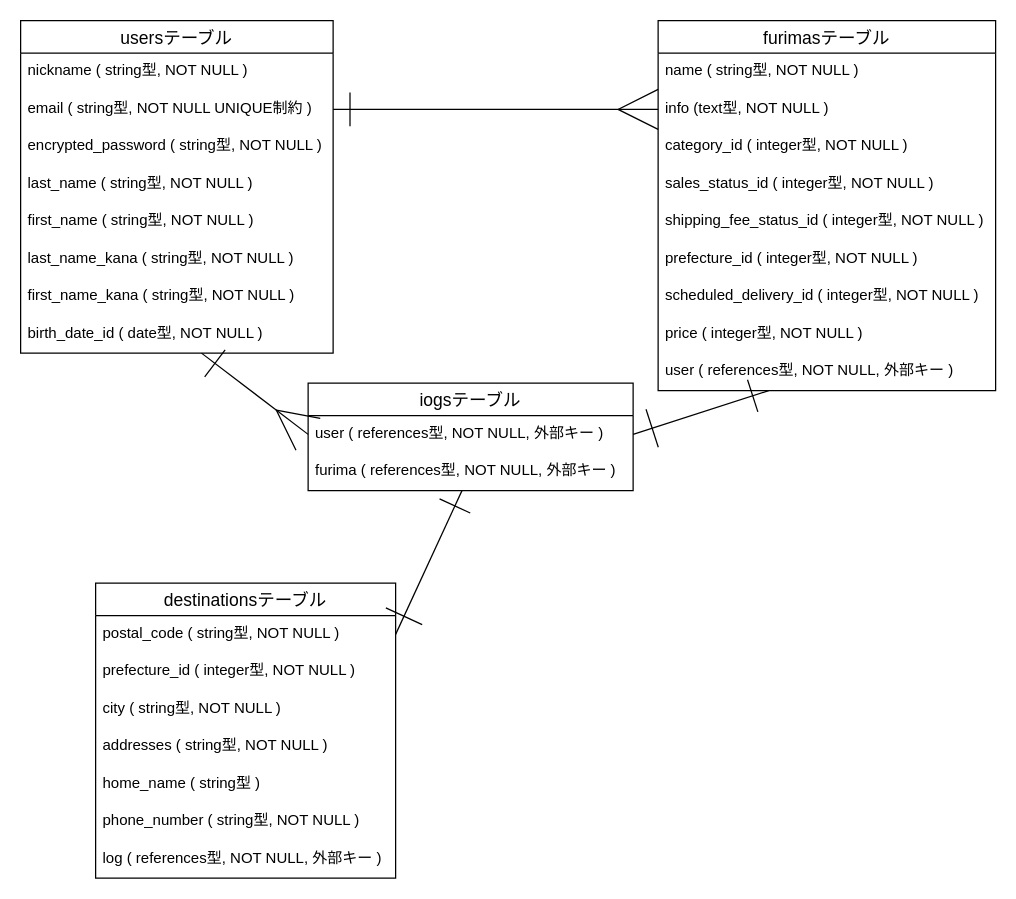
This is furima.dio from iba369963/furima-40003, a draw.io file, before an edit. Source tidied: cells renumbered, new cells numbered last; positions are measured from the earlier drawing's top-left corner, leaving out a move shared by most shapes. Both pictures are drawn from the tidied source at 125%, with x=0, y=0 at pixel (20, 20).
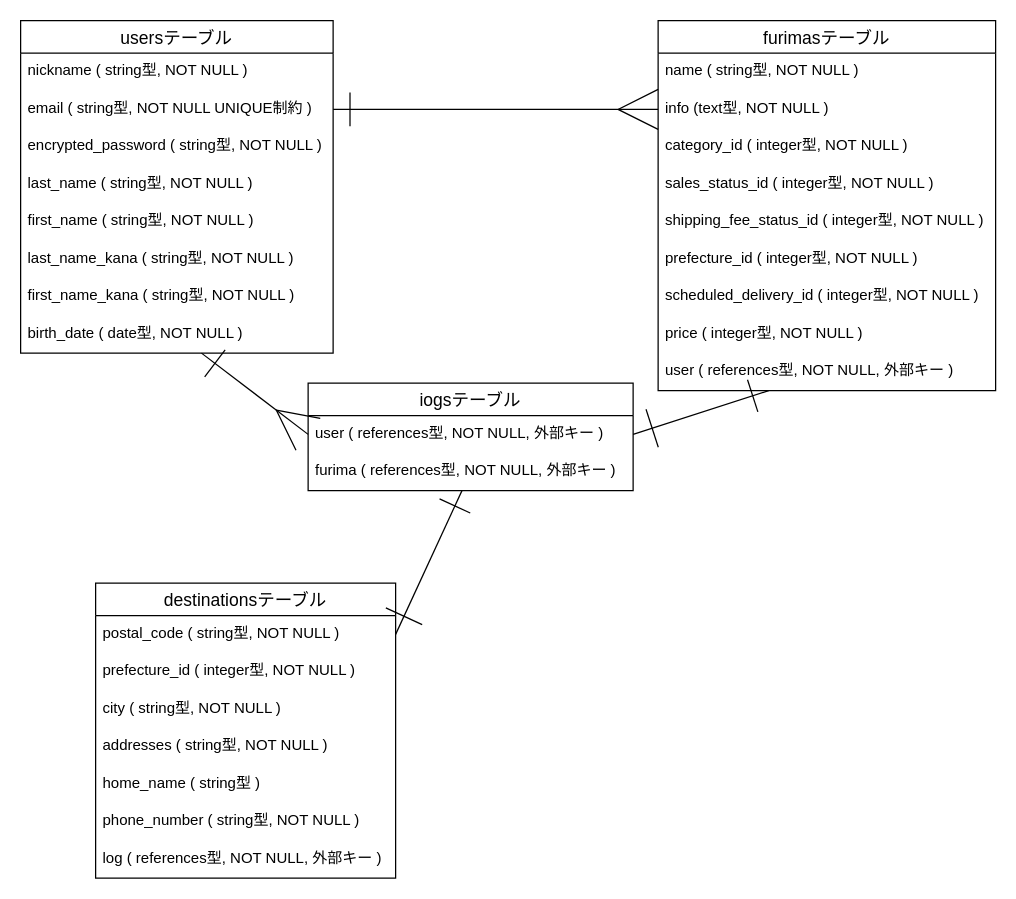
The same diagram, later.

Commit message:
データベース設計4-2

The change refers to these unchanged cells:
```xml
<mxCell id="2" value="usersテーブル" style="swimlane;fontStyle=0;horizontal=1;startSize=26;align=center;fontSize=14;" parent="1" vertex="1">
  <mxGeometry width="250" height="266" as="geometry" />
</mxCell>
```

Diff of the diagram source:
```diff
@@
-    <mxCell id="10" value="birth_date_id ( date型, NOT NULL )" style="text;strokeColor=none;fillColor=none;spacingLeft=4;spacingRight=4;overflow=hidden;points=[[0,0.5],[1,0.5]];portConstraint=eastwest;fontSize=12;" parent="2" vertex="1">
+    <mxCell id="10" value="birth_date ( date型, NOT NULL )" style="text;strokeColor=none;fillColor=none;spacingLeft=4;spacingRight=4;overflow=hidden;points=[[0,0.5],[1,0.5]];portConstraint=eastwest;fontSize=12;" parent="2" vertex="1">
       <mxGeometry y="236" width="250" height="30" as="geometry" />
     </mxCell>
```
